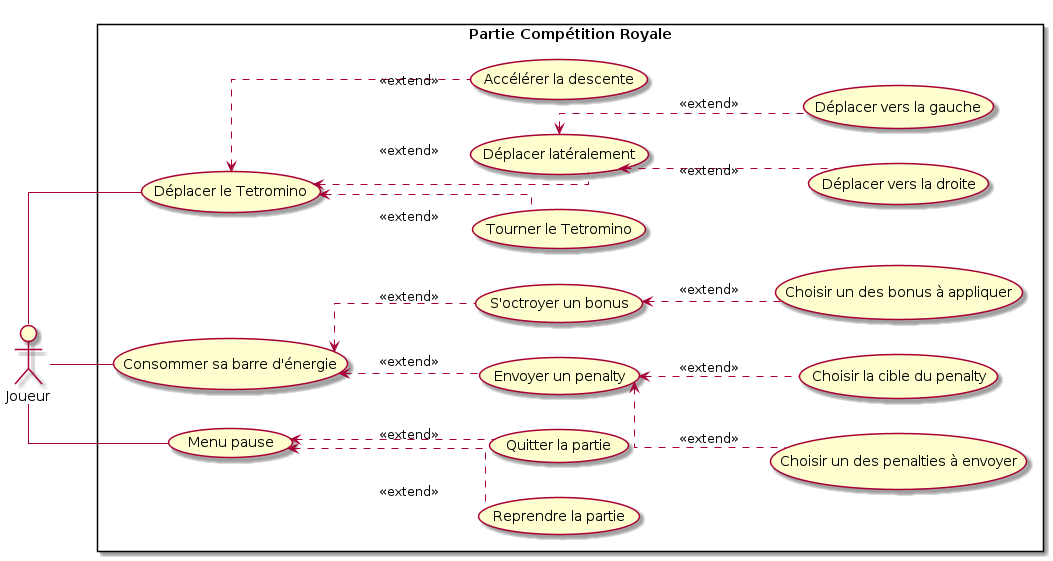
Above: res/uml/usecase/RoyalUseCase.png in ulb-info2-group5/Royal-Blocks (PlantUML), before the change. Its source is kept beside it as doc/uml/usecase/en-jeu/RoyalUseCase.plantuml.
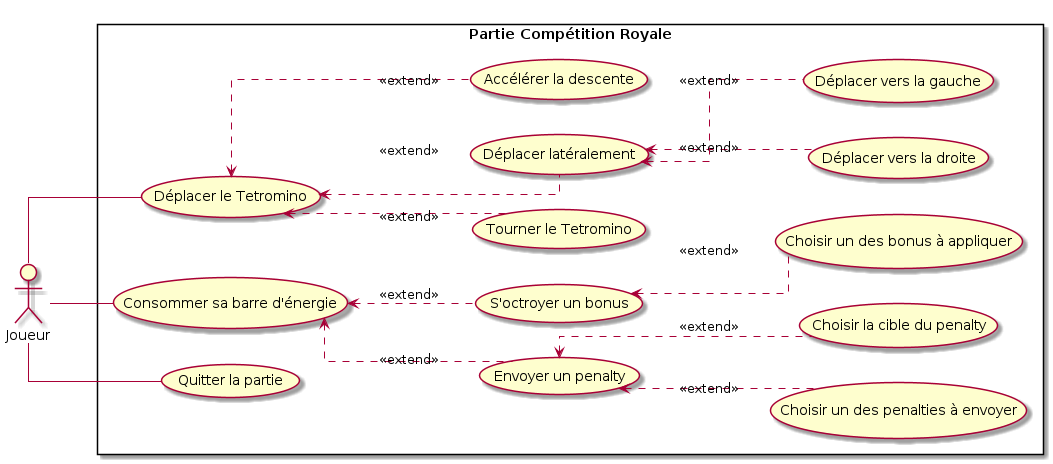
After the commit.

Change to the diagram source:
```diff
@@ -25,13 +25,11 @@
     usecase "Déplacer vers la droite" as move_right
     usecase "Déplacer vers la gauche" as move_left
 
-    usecase "Menu pause" as pause_menu
-    usecase "Reprendre la partie" as resume_game
     usecase "Quitter la partie" as quit_game
 }
 
 player -- move_piece
-player -- pause_menu
+player -- quit_game
 player -- use_energy
 
 (move_piece) <-. (lateral_movement): <<extend>>
@@ -40,8 +38,6 @@
 (lateral_movement) <-. (move_right): <<extend>>
 (lateral_movement) <-. (move_left): <<extend>>
 
-(pause_menu) <-. (resume_game): <<extend>>
-(pause_menu) <-. (quit_game): <<extend>>
 
 (use_energy) <-. (throw_penalty): <<extend>>
 (throw_penalty) <-. (choose_penalty): <<extend>>
```
